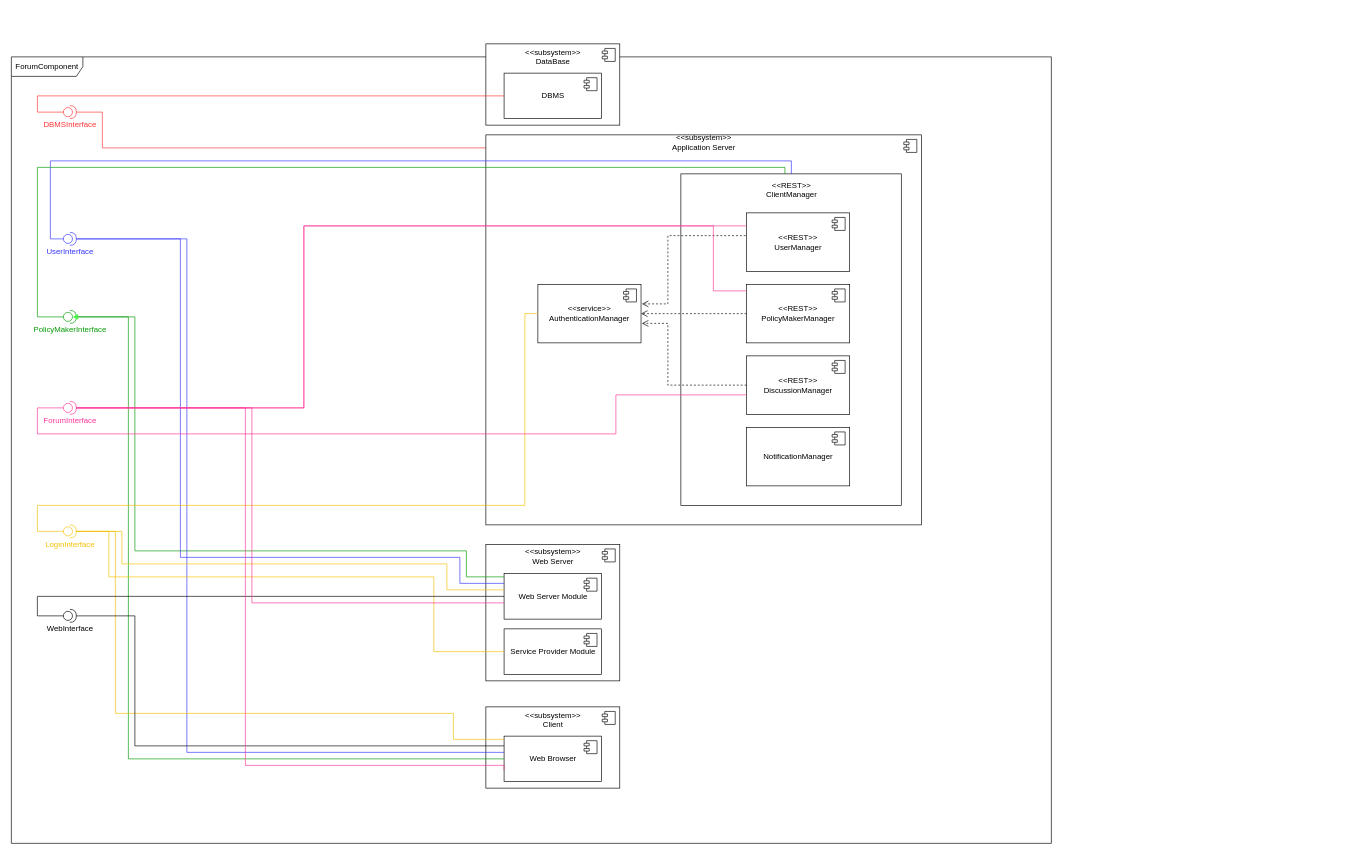
The draw.io diagram page "ForumComponent" (1 of 2) of DD Diagrams/ComponentDiagram.drawio in matteovisotto/SE2-CecchettoSirianiVisotto, before the edit. Source tidied: cells renumbered, new cells numbered last; positions are measured from the earlier drawing's top-left corner, leaving out a move shared by most shapes. Both pictures are drawn from the tidied source at 65%, with x=0, y=0 at pixel (11, 44).
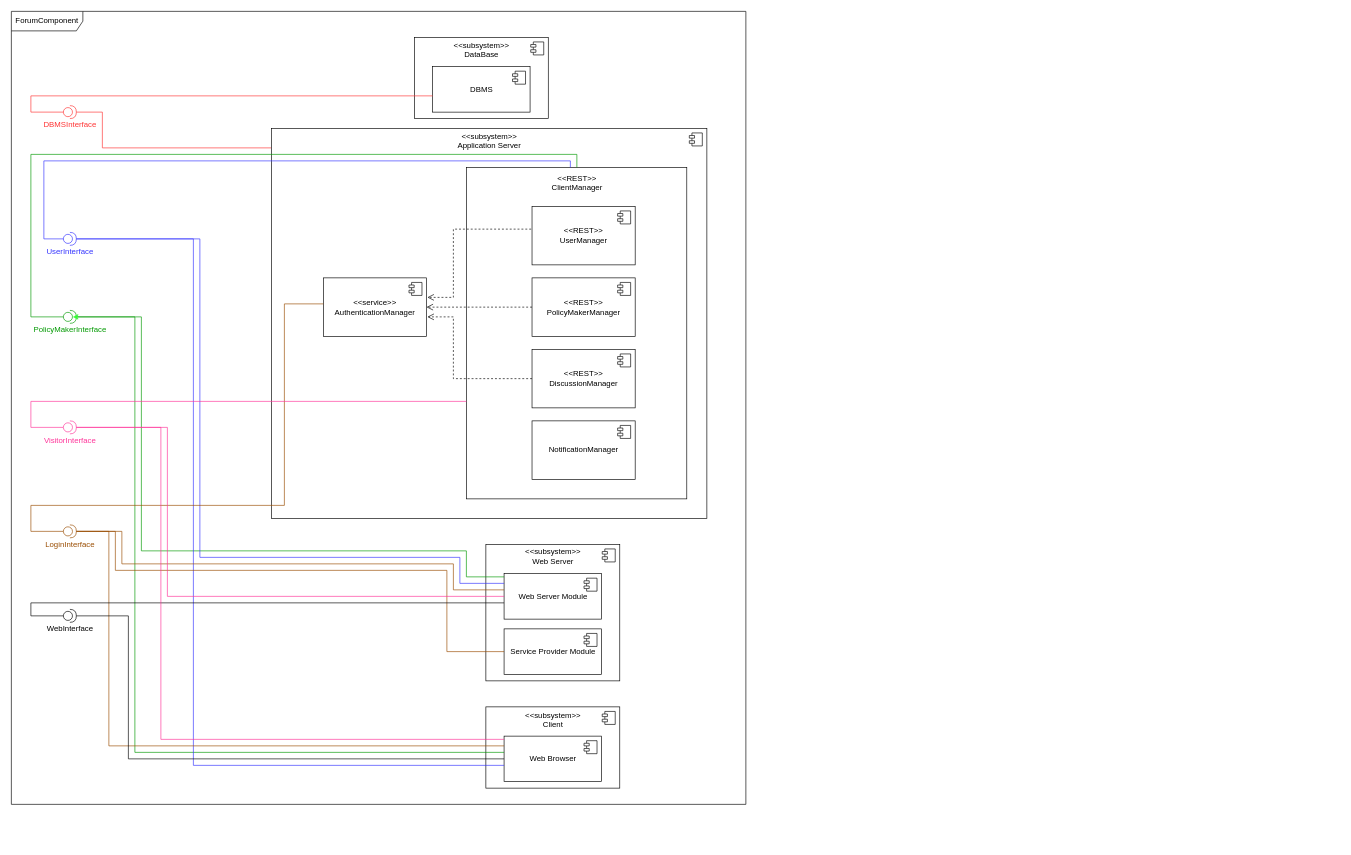
The same diagram, later.

Unchanged cells that the change refers to:
```xml
<mxCell id="3" value="&lt;font color=&quot;#ff3333&quot;&gt;DBMSInterface&lt;/font&gt;" style="shape=providedRequiredInterface;html=1;verticalLabelPosition=bottom;sketch=0;strokeColor=#FF3333;" parent="1" vertex="1">
  <mxGeometry x="80" y="95" width="20" height="20" as="geometry" />
</mxCell>
<mxCell id="7" value="DBMS" style="html=1;" parent="4" vertex="1">
  <mxGeometry x="28" y="45" width="150" height="70" as="geometry" />
</mxCell>
<mxCell id="9" value="&lt;font color=&quot;#3333ff&quot;&gt;UserInterface&lt;/font&gt;" style="shape=providedRequiredInterface;html=1;verticalLabelPosition=bottom;sketch=0;strokeColor=#3333FF;" parent="1" vertex="1">
  <mxGeometry x="80" y="290" width="20" height="20" as="geometry" />
</mxCell>
<mxCell id="10" value="&lt;font color=&quot;#009900&quot;&gt;PolicyMakerInterface&lt;/font&gt;" style="shape=providedRequiredInterface;html=1;verticalLabelPosition=bottom;sketch=0;strokeColor=#009900;" parent="1" vertex="1">
  <mxGeometry x="80" y="410" width="20" height="20" as="geometry" />
</mxCell>
<mxCell id="14" value="Web Browser" style="html=1;" parent="11" vertex="1">
  <mxGeometry x="28" y="45" width="150" height="70" as="geometry" />
</mxCell>
<mxCell id="19" value="Web Server Module" style="html=1;" parent="16" vertex="1">
  <mxGeometry x="28" y="45" width="150" height="70" as="geometry" />
</mxCell>
<mxCell id="21" value="Service Provider Module" style="html=1;" parent="16" vertex="1">
  <mxGeometry x="28" y="130" width="150" height="70" as="geometry" />
</mxCell>
<mxCell id="26" style="group;" parent="25" vertex="1">
  <mxGeometry width="1312.7" height="611.5" as="geometry" />
</mxCell>
<mxCell id="29" value="&amp;lt;&amp;lt;REST&amp;gt;&amp;gt;&lt;br&gt;ClientManager&lt;br&gt;&lt;br&gt;&lt;br&gt;&lt;br&gt;&lt;br&gt;&lt;br&gt;&lt;br&gt;&lt;br&gt;&lt;br&gt;&lt;br&gt;&lt;br&gt;&lt;br&gt;&lt;br&gt;&lt;br&gt;&lt;br&gt;&lt;br&gt;&lt;br&gt;&lt;br&gt;&lt;br&gt;&lt;br&gt;&lt;br&gt;&lt;br&gt;&lt;br&gt;&lt;br&gt;&lt;br&gt;&lt;br&gt;&lt;br&gt;&lt;br&gt;&lt;br&gt;&lt;br&gt;&lt;br&gt;&lt;br&gt;&lt;br&gt;" style="html=1;" parent="26" vertex="1">
  <mxGeometry x="300" y="60" width="339.1" height="510" as="geometry" />
</mxCell>
<mxCell id="33" value="&amp;lt;&amp;lt;REST&amp;gt;&amp;gt;&lt;br&gt;UserManager" style="html=1;" parent="26" vertex="1">
  <mxGeometry x="401" y="120" width="158.7" height="90" as="geometry" />
</mxCell>
<mxCell id="35" value="&amp;lt;&amp;lt;REST&amp;gt;&amp;gt;&lt;br&gt;PolicyMakerManager" style="html=1;" parent="26" vertex="1">
  <mxGeometry x="401" y="230" width="158.7" height="90" as="geometry" />
</mxCell>
<mxCell id="39" value="&amp;lt;&amp;lt;REST&amp;gt;&amp;gt;&lt;br&gt;DiscussionManager" style="html=1;" parent="26" vertex="1">
  <mxGeometry x="401" y="340" width="158.7" height="90" as="geometry" />
</mxCell>
<mxCell id="41" value="&amp;lt;&amp;lt;service&amp;gt;&amp;gt;&lt;br&gt;AuthenticationManager" style="html=1;" parent="26" vertex="1">
  <mxGeometry x="80" y="230" width="158.7" height="90" as="geometry" />
</mxCell>
<mxCell id="48" value="WebInterface" style="shape=providedRequiredInterface;html=1;verticalLabelPosition=bottom;sketch=0;" parent="1" vertex="1">
  <mxGeometry x="80" y="870" width="20" height="20" as="geometry" />
</mxCell>
```

What changed in the source:
```diff
@@
     <mxCell id="2" value="ForumComponent" style="shape=umlFrame;whiteSpace=wrap;html=1;width=110;height=30;" parent="1" vertex="1">
-      <mxGeometry y="20" width="1600" height="1210" as="geometry" />
+      <mxGeometry y="-50" width="1130" height="1220" as="geometry" />
     </mxCell>
@@
     <mxCell id="4" style="group;" parent="1" vertex="1">
-      <mxGeometry x="730" width="206" height="125" as="geometry" />
+      <mxGeometry x="620" y="-10" width="206" height="125" as="geometry" />
     </mxCell>
@@
     <mxCell id="23" style="endArrow=none;html=1;edgeStyle=orthogonalEdgeStyle;rounded=0;exitX=0;exitY=0.5;exitDx=0;exitDy=0;exitPerimeter=0;strokeColor=#FF3333;" parent="1" edge="1" source="3" target="7">
       <mxGeometry relative="1" as="geometry">
         <Array as="points">
-          <mxPoint x="40" y="105" />
-          <mxPoint x="40" y="80" />
+          <mxPoint x="30" y="105" />
+          <mxPoint x="30" y="80" />
         </Array>
       </mxGeometry>
     </mxCell>
@@
     <mxCell id="25" style="group;" parent="1" vertex="1">
-      <mxGeometry x="730" y="140" width="1312.7" height="611.5" as="geometry" />
+      <mxGeometry x="400" y="130" width="1312.7" height="611.5" as="geometry" />
     </mxCell>
@@
-    <mxCell id="27" value="&amp;lt;&amp;lt;subsystem&amp;gt;&amp;gt;&lt;br&gt;Application Server&lt;br&gt;&lt;br&gt;&lt;br&gt;&lt;br&gt;&lt;br&gt;&lt;br&gt;&lt;br&gt;&lt;br&gt;&lt;br&gt;&lt;br&gt;&lt;br&gt;&lt;br&gt;&lt;br&gt;&lt;br&gt;&lt;br&gt;&lt;br&gt;&lt;br&gt;&lt;br&gt;&lt;br&gt;&lt;br&gt;&lt;br&gt;&lt;br&gt;&lt;br&gt;&lt;br&gt;&lt;br&gt;&lt;br&gt;&lt;br&gt;&lt;br&gt;&lt;br&gt;&lt;br&gt;&lt;br&gt;&lt;br&gt;&lt;br&gt;&lt;br&gt;&lt;br&gt;&lt;br&gt;&lt;br&gt;&lt;br&gt;&lt;br&gt;&lt;br&gt;&lt;br&gt;" style="html=1;" parent="26" vertex="1">
+    <mxCell id="27" value="&amp;lt;&amp;lt;subsystem&amp;gt;&amp;gt;&lt;br&gt;Application Server&lt;br&gt;&lt;br&gt;&lt;br&gt;&lt;br&gt;&lt;br&gt;&lt;br&gt;&lt;br&gt;&lt;br&gt;&lt;br&gt;&lt;br&gt;&lt;br&gt;&lt;br&gt;&lt;br&gt;&lt;br&gt;&lt;br&gt;&lt;br&gt;&lt;br&gt;&lt;br&gt;&lt;br&gt;&lt;br&gt;&lt;br&gt;&lt;br&gt;&lt;br&gt;&lt;br&gt;&lt;br&gt;&lt;br&gt;&lt;br&gt;&lt;br&gt;&lt;br&gt;&lt;br&gt;&lt;br&gt;&lt;br&gt;&lt;br&gt;&lt;br&gt;&lt;br&gt;&lt;br&gt;&lt;br&gt;&lt;br&gt;&lt;br&gt;&lt;br&gt;" style="html=1;" parent="26" vertex="1">
       <mxGeometry width="670" height="600" as="geometry" />
     </mxCell>
@@
     <mxCell id="43" style="endArrow=none;html=1;edgeStyle=orthogonalEdgeStyle;rounded=0;exitX=0;exitY=0.5;exitDx=0;exitDy=0;exitPerimeter=0;strokeColor=#3333FF;" parent="1" edge="1" source="9" target="29">
       <mxGeometry relative="1" as="geometry">
         <Array as="points">
-          <mxPoint x="60" y="300" />
-          <mxPoint x="60" y="180" />
-          <mxPoint x="1200" y="180" />
+          <mxPoint x="50" y="300" />
+          <mxPoint x="50" y="180" />
+          <mxPoint x="860" y="180" />
         </Array>
       </mxGeometry>
     </mxCell>
-    <mxCell id="44" style="endArrow=none;html=1;edgeStyle=orthogonalEdgeStyle;rounded=0;exitX=0;exitY=0.5;exitDx=0;exitDy=0;exitPerimeter=0;entryX=0.472;entryY=0;entryDx=0;entryDy=0;entryPerimeter=0;strokeColor=#009900;" parent="1" edge="1" source="10" target="29">
+    <mxCell id="44" style="endArrow=none;html=1;edgeStyle=orthogonalEdgeStyle;rounded=0;exitX=0;exitY=0.5;exitDx=0;exitDy=0;exitPerimeter=0;strokeColor=#009900;" parent="1" edge="1" source="10" target="29">
       <mxGeometry relative="1" as="geometry">
         <Array as="points">
-          <mxPoint x="40" y="420" />
-          <mxPoint x="40" y="190" />
-          <mxPoint x="1190" y="190" />
+          <mxPoint x="30" y="420" />
+          <mxPoint x="30" y="170" />
+          <mxPoint x="870" y="170" />
         </Array>
       </mxGeometry>
     </mxCell>
-    <mxCell id="45" style="endArrow=none;html=1;edgeStyle=orthogonalEdgeStyle;rounded=0;exitX=1;exitY=0.5;exitDx=0;exitDy=0;exitPerimeter=0;entryX=0;entryY=0.5;entryDx=0;entryDy=0;strokeColor=#009900;" parent="1" edge="1" source="10" target="14">
+    <mxCell id="45" style="endArrow=none;html=1;edgeStyle=orthogonalEdgeStyle;rounded=0;exitX=1;exitY=0.5;exitDx=0;exitDy=0;exitPerimeter=0;strokeColor=#009900;" parent="1" edge="1" source="10" target="14">
       <mxGeometry relative="1" as="geometry">
         <Array as="points">
-          <mxPoint x="180" y="420" />
-          <mxPoint x="180" y="1100" />
+          <mxPoint x="190" y="420" />
+          <mxPoint x="190" y="1090" />
         </Array>
       </mxGeometry>
     </mxCell>
-    <mxCell id="46" style="endArrow=none;html=1;edgeStyle=orthogonalEdgeStyle;rounded=0;exitX=1;exitY=0.5;exitDx=0;exitDy=0;exitPerimeter=0;strokeColor=#009900;" parent="1" edge="1" source="10">
+    <mxCell id="46" style="endArrow=none;html=1;edgeStyle=orthogonalEdgeStyle;rounded=0;exitX=1;exitY=0.5;exitDx=0;exitDy=0;exitPerimeter=0;strokeColor=#009900;" parent="1" edge="1" source="10" target="19">
       <mxGeometry relative="1" as="geometry">
-        <mxPoint x="758" y="820" as="targetPoint" />
         <Array as="points">
-          <mxPoint x="190" y="420" />
-          <mxPoint x="190" y="780" />
+          <mxPoint x="200" y="420" />
+          <mxPoint x="200" y="780" />
           <mxPoint x="700" y="780" />
           <mxPoint x="700" y="820" />
-          <mxPoint x="758" y="820" />
         </Array>
       </mxGeometry>
     </mxCell>
-    <mxCell id="47" value="&lt;font color=&quot;#f5c000&quot;&gt;LoginInterface&lt;/font&gt;" style="shape=providedRequiredInterface;html=1;verticalLabelPosition=bottom;sketch=0;strokeColor=#F5C000;" parent="1" vertex="1">
+    <mxCell id="47" value="&lt;font color=&quot;#994c00&quot;&gt;LoginInterface&lt;/font&gt;" style="shape=providedRequiredInterface;html=1;verticalLabelPosition=bottom;sketch=0;strokeColor=#994C00;" parent="1" vertex="1">
       <mxGeometry x="80" y="740" width="20" height="20" as="geometry" />
     </mxCell>
@@
-    <mxCell id="49" style="endArrow=none;html=1;edgeStyle=orthogonalEdgeStyle;rounded=0;strokeColor=#3333FF;" parent="1" edge="1">
+    <mxCell id="49" style="endArrow=none;html=1;edgeStyle=orthogonalEdgeStyle;rounded=0;strokeColor=#3333FF;" parent="1" edge="1" target="19">
       <mxGeometry relative="1" as="geometry">
         <mxPoint x="100" y="300" as="sourcePoint" />
-        <mxPoint x="758" y="830" as="targetPoint" />
         <Array as="points">
-          <mxPoint x="260" y="300" />
-          <mxPoint x="260" y="790" />
+          <mxPoint x="290" y="300" />
+          <mxPoint x="290" y="790" />
           <mxPoint x="690" y="790" />
           <mxPoint x="690" y="830" />
-          <mxPoint x="758" y="830" />
         </Array>
       </mxGeometry>
     </mxCell>
-    <mxCell id="50" style="endArrow=none;html=1;edgeStyle=orthogonalEdgeStyle;rounded=0;exitX=1;exitY=0.5;exitDx=0;exitDy=0;exitPerimeter=0;strokeColor=#3333FF;" parent="1" edge="1" source="9">
+    <mxCell id="50" style="endArrow=none;html=1;edgeStyle=orthogonalEdgeStyle;rounded=0;exitX=1;exitY=0.5;exitDx=0;exitDy=0;exitPerimeter=0;strokeColor=#3333FF;" parent="1" edge="1" source="9" target="14">
       <mxGeometry relative="1" as="geometry">
-        <mxPoint x="758" y="1090" as="targetPoint" />
         <Array as="points">
-          <mxPoint x="270" y="300" />
-          <mxPoint x="270" y="1090" />
-          <mxPoint x="758" y="1090" />
+          <mxPoint x="280" y="300" />
+          <mxPoint x="280" y="1110" />
         </Array>
       </mxGeometry>
     </mxCell>
-    <mxCell id="51" style="endArrow=none;html=1;edgeStyle=orthogonalEdgeStyle;rounded=0;exitX=0;exitY=0.5;exitDx=0;exitDy=0;exitPerimeter=0;entryX=0;entryY=0.5;entryDx=0;entryDy=0;strokeColor=#F5C000;" parent="1" edge="1" source="47" target="41">
+    <mxCell id="51" style="endArrow=none;html=1;edgeStyle=orthogonalEdgeStyle;rounded=0;exitX=0;exitY=0.5;exitDx=0;exitDy=0;exitPerimeter=0;strokeColor=#994C00;" parent="1" edge="1" source="47" target="41">
       <mxGeometry relative="1" as="geometry">
         <Array as="points">
-          <mxPoint x="40" y="750" />
-          <mxPoint x="40" y="710" />
-          <mxPoint x="790" y="710" />
-          <mxPoint x="790" y="415" />
+          <mxPoint x="30" y="750" />
+          <mxPoint x="30" y="710" />
+          <mxPoint x="420" y="710" />
+          <mxPoint x="420" y="400" />
         </Array>
       </mxGeometry>
     </mxCell>
-    <mxCell id="52" style="endArrow=none;html=1;edgeStyle=orthogonalEdgeStyle;rounded=0;exitX=1;exitY=0.5;exitDx=0;exitDy=0;exitPerimeter=0;entryX=0;entryY=0.5;entryDx=0;entryDy=0;strokeColor=#F5C000;" parent="1" edge="1" source="47" target="21">
+    <mxCell id="52" style="endArrow=none;html=1;edgeStyle=orthogonalEdgeStyle;rounded=0;exitX=1;exitY=0.5;exitDx=0;exitDy=0;exitPerimeter=0;strokeColor=#994C00;" parent="1" edge="1" source="47" target="21">
       <mxGeometry relative="1" as="geometry">
         <Array as="points">
-          <mxPoint x="150" y="750" />
-          <mxPoint x="150" y="820" />
-          <mxPoint x="650" y="820" />
-          <mxPoint x="650" y="935" />
+          <mxPoint x="160" y="750" />
+          <mxPoint x="160" y="810" />
+          <mxPoint x="670" y="810" />
+          <mxPoint x="670" y="935" />
         </Array>
       </mxGeometry>
     </mxCell>
-    <mxCell id="53" style="endArrow=none;html=1;edgeStyle=orthogonalEdgeStyle;rounded=0;exitX=1;exitY=0.5;exitDx=0;exitDy=0;exitPerimeter=0;strokeColor=#F5C000;" parent="1" edge="1" source="47" target="14">
+    <mxCell id="53" style="endArrow=none;html=1;edgeStyle=orthogonalEdgeStyle;rounded=0;exitX=1;exitY=0.5;exitDx=0;exitDy=0;exitPerimeter=0;strokeColor=#994C00;" parent="1" edge="1" source="47" target="14">
       <mxGeometry relative="1" as="geometry">
         <Array as="points">
-          <mxPoint x="160" y="750" />
-          <mxPoint x="160" y="1030" />
-          <mxPoint x="680" y="1030" />
-          <mxPoint x="680" y="1070" />
+          <mxPoint x="150" y="750" />
+          <mxPoint x="150" y="1080" />
         </Array>
       </mxGeometry>
     </mxCell>
-    <mxCell id="54" style="endArrow=none;html=1;edgeStyle=orthogonalEdgeStyle;rounded=0;exitX=1;exitY=0.5;exitDx=0;exitDy=0;exitPerimeter=0;strokeColor=#F5C000;" parent="1" edge="1" source="47">
+    <mxCell id="54" style="endArrow=none;html=1;edgeStyle=orthogonalEdgeStyle;rounded=0;exitX=1;exitY=0.5;exitDx=0;exitDy=0;exitPerimeter=0;strokeColor=#994C00;" parent="1" edge="1" source="47" target="19">
       <mxGeometry relative="1" as="geometry">
-        <mxPoint x="758" y="840" as="targetPoint" />
         <Array as="points">
           <mxPoint x="170" y="750" />
           <mxPoint x="170" y="800" />
-          <mxPoint x="670" y="800" />
-          <mxPoint x="670" y="840" />
-          <mxPoint x="758" y="840" />
+          <mxPoint x="680" y="800" />
+          <mxPoint x="680" y="840" />
         </Array>
       </mxGeometry>
     </mxCell>
-    <mxCell id="55" style="endArrow=none;html=1;edgeStyle=orthogonalEdgeStyle;rounded=0;exitX=0;exitY=0.5;exitDx=0;exitDy=0;exitPerimeter=0;entryX=0;entryY=0.5;entryDx=0;entryDy=0;" parent="1" edge="1" source="48" target="19">
+    <mxCell id="55" style="endArrow=none;html=1;edgeStyle=orthogonalEdgeStyle;rounded=0;exitX=0;exitY=0.5;exitDx=0;exitDy=0;exitPerimeter=0;" parent="1" edge="1" source="48" target="19">
       <mxGeometry relative="1" as="geometry">
         <Array as="points">
-          <mxPoint x="40" y="880" />
-          <mxPoint x="40" y="850" />
+          <mxPoint x="30" y="880" />
+          <mxPoint x="30" y="860" />
         </Array>
       </mxGeometry>
     </mxCell>
-    <mxCell id="56" style="endArrow=none;html=1;edgeStyle=orthogonalEdgeStyle;rounded=0;exitX=1;exitY=0.5;exitDx=0;exitDy=0;exitPerimeter=0;" parent="1" edge="1" source="48">
+    <mxCell id="56" style="endArrow=none;html=1;edgeStyle=orthogonalEdgeStyle;rounded=0;exitX=1;exitY=0.5;exitDx=0;exitDy=0;exitPerimeter=0;" parent="1" edge="1" source="48" target="14">
       <mxGeometry relative="1" as="geometry">
-        <mxPoint x="758" y="1080" as="targetPoint" />
         <Array as="points">
-          <mxPoint x="190" y="880" />
-          <mxPoint x="190" y="1080" />
+          <mxPoint x="180" y="880" />
+          <mxPoint x="180" y="1100" />
         </Array>
       </mxGeometry>
     </mxCell>
@@
-    <mxCell id="58" style="edgeStyle=orthogonalEdgeStyle;rounded=0;jettySize=auto;html=1;exitX=0;exitY=0.5;exitDx=0;exitDy=0;exitPerimeter=0;endArrow=none;endFill=0;strokeColor=#FF3399;" parent="1" edge="1" source="60" target="39">
-      <mxGeometry relative="1" as="geometry">
-        <Array as="points">
-          <mxPoint x="40" y="560" />
-          <mxPoint x="40" y="600" />
-          <mxPoint x="930" y="600" />
-          <mxPoint x="930" y="540" />
-        </Array>
-      </mxGeometry>
-    </mxCell>
-    <mxCell id="59" style="edgeStyle=orthogonalEdgeStyle;rounded=0;jettySize=auto;html=1;exitX=1;exitY=0.5;exitDx=0;exitDy=0;exitPerimeter=0;endArrow=none;endFill=0;strokeColor=#FF3399;" parent="1" edge="1" source="60" target="33">
-      <mxGeometry relative="1" as="geometry">
-        <Array as="points">
-          <mxPoint x="450" y="560" />
-          <mxPoint x="450" y="280" />
-        </Array>
-      </mxGeometry>
-    </mxCell>
-    <mxCell id="60" value="&lt;font color=&quot;#ff3399&quot;&gt;ForumInterface&lt;/font&gt;" style="shape=providedRequiredInterface;html=1;verticalLabelPosition=bottom;sketch=0;strokeColor=#FF3399;" parent="1" vertex="1">
-      <mxGeometry x="80" y="550" width="20" height="20" as="geometry" />
-    </mxCell>
-    <mxCell id="61" style="edgeStyle=orthogonalEdgeStyle;rounded=0;jettySize=auto;html=1;exitX=1;exitY=0.5;exitDx=0;exitDy=0;exitPerimeter=0;endArrow=none;endFill=0;strokeColor=#FF3399;entryX=0;entryY=0.75;entryDx=0;entryDy=0;" parent="1" edge="1" source="60" target="14">
-      <mxGeometry relative="1" as="geometry">
-        <Array as="points">
-          <mxPoint x="360" y="560" />
-          <mxPoint x="360" y="1110" />
-          <mxPoint x="758" y="1110" />
-        </Array>
-      </mxGeometry>
-    </mxCell>
-    <mxCell id="62" style="edgeStyle=orthogonalEdgeStyle;rounded=0;jettySize=auto;html=1;exitX=1;exitY=0.5;exitDx=0;exitDy=0;exitPerimeter=0;endArrow=none;endFill=0;strokeColor=#FF3399;" parent="1" edge="1" source="60" target="19">
-      <mxGeometry relative="1" as="geometry">
-        <Array as="points">
-          <mxPoint x="370" y="560" />
-          <mxPoint x="370" y="860" />
-        </Array>
-      </mxGeometry>
-    </mxCell>
-    <mxCell id="63" style="edgeStyle=orthogonalEdgeStyle;rounded=0;jettySize=auto;html=1;exitX=1;exitY=0.5;exitDx=0;exitDy=0;exitPerimeter=0;endArrow=none;endFill=0;strokeColor=#FF3399;" parent="1" edge="1" source="60" target="35">
-      <mxGeometry relative="1" as="geometry">
-        <Array as="points">
-          <mxPoint x="450" y="560" />
-          <mxPoint x="450" y="280" />
-          <mxPoint x="1080" y="280" />
-          <mxPoint x="1080" y="380" />
-        </Array>
-      </mxGeometry>
-    </mxCell>
+    <mxCell id="64" style="edgeStyle=orthogonalEdgeStyle;rounded=0;jettySize=auto;html=1;exitX=0;exitY=0.5;exitDx=0;exitDy=0;exitPerimeter=0;fontColor=#994C00;strokeColor=#FF3399;endArrow=none;endFill=0;" parent="1" edge="1" source="67" target="29">
+      <mxGeometry relative="1" as="geometry">
+        <Array as="points">
+          <mxPoint x="30" y="590" />
+          <mxPoint x="30" y="550" />
+        </Array>
+      </mxGeometry>
+    </mxCell>
+    <mxCell id="65" style="edgeStyle=orthogonalEdgeStyle;rounded=0;jettySize=auto;html=1;exitX=1;exitY=0.5;exitDx=0;exitDy=0;exitPerimeter=0;fontColor=#994C00;endArrow=none;endFill=0;strokeColor=#FF3399;" parent="1" edge="1" source="67" target="14">
+      <mxGeometry relative="1" as="geometry">
+        <Array as="points">
+          <mxPoint x="230" y="590" />
+          <mxPoint x="230" y="1070" />
+        </Array>
+      </mxGeometry>
+    </mxCell>
+    <mxCell id="66" style="edgeStyle=orthogonalEdgeStyle;rounded=0;jettySize=auto;html=1;exitX=1;exitY=0.5;exitDx=0;exitDy=0;exitPerimeter=0;fontColor=#994C00;endArrow=none;endFill=0;strokeColor=#FF3399;" parent="1" edge="1" source="67" target="19">
+      <mxGeometry relative="1" as="geometry">
+        <Array as="points">
+          <mxPoint x="240" y="590" />
+          <mxPoint x="240" y="850" />
+        </Array>
+      </mxGeometry>
+    </mxCell>
+    <mxCell id="67" value="&lt;font color=&quot;#ff3399&quot;&gt;VisitorInterface&lt;/font&gt;" style="shape=providedRequiredInterface;html=1;verticalLabelPosition=bottom;sketch=0;strokeColor=#FF3399;" parent="1" vertex="1">
+      <mxGeometry x="80" y="580" width="20" height="20" as="geometry" />
+    </mxCell>
```
